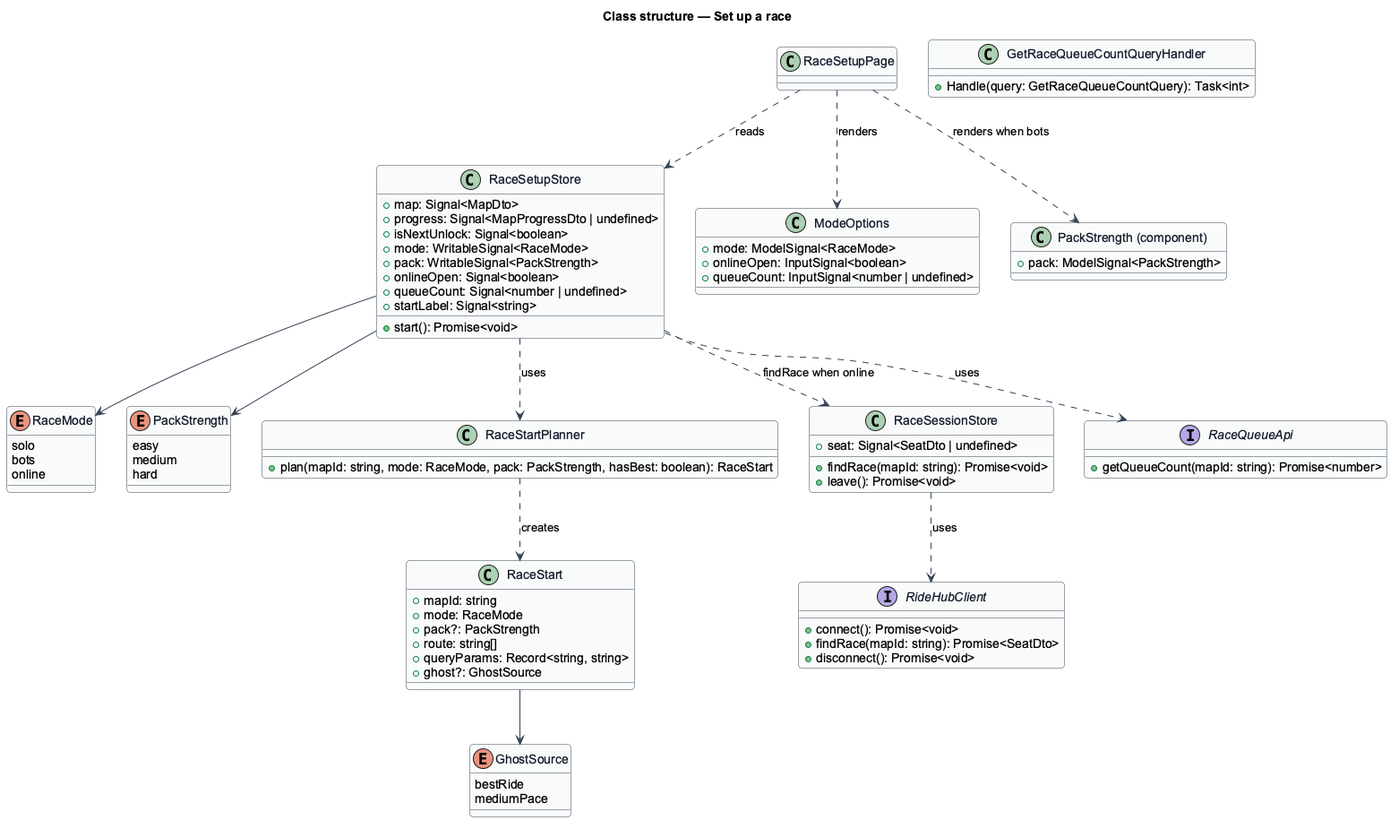
The PlantUML diagram docs/detailed-designs/race/set-up-a-race/diagrams/class-structure.png in QuinntyneBrown/ride-one, before a commit.
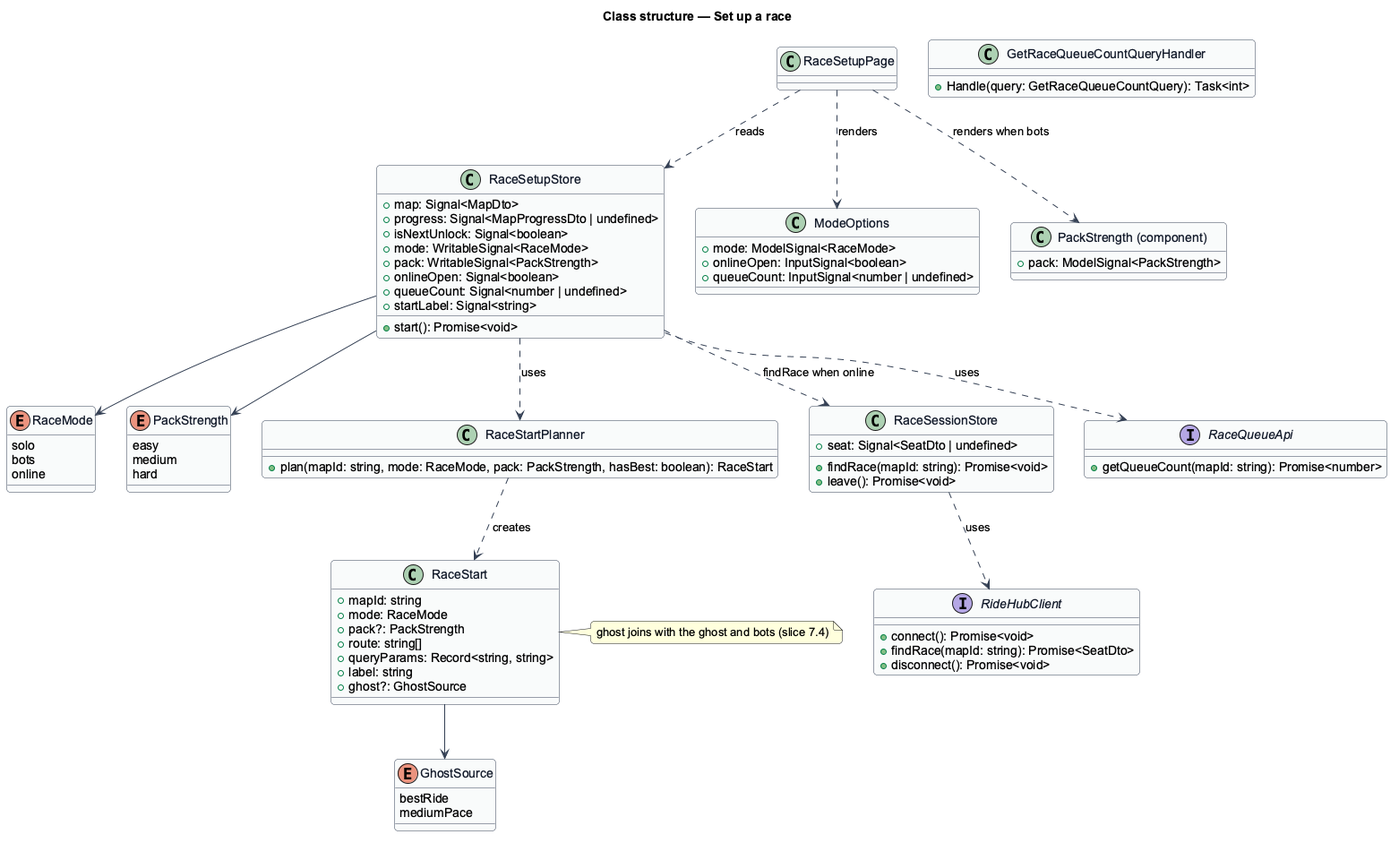
The same file after the commit.

Commit message:
Align Race Setup's design for slice 7.2

Change to the diagram source:
```diff
@@ -26,8 +26,10 @@
   +pack?: PackStrength
   +route: string[]
   +queryParams: Record<string, string>
+  +label: string
   +ghost?: GhostSource
 }
+note right of RaceStart : ghost joins with the ghost and bots (slice 7.4)
 enum GhostSource {
   bestRide
   mediumPace
```
